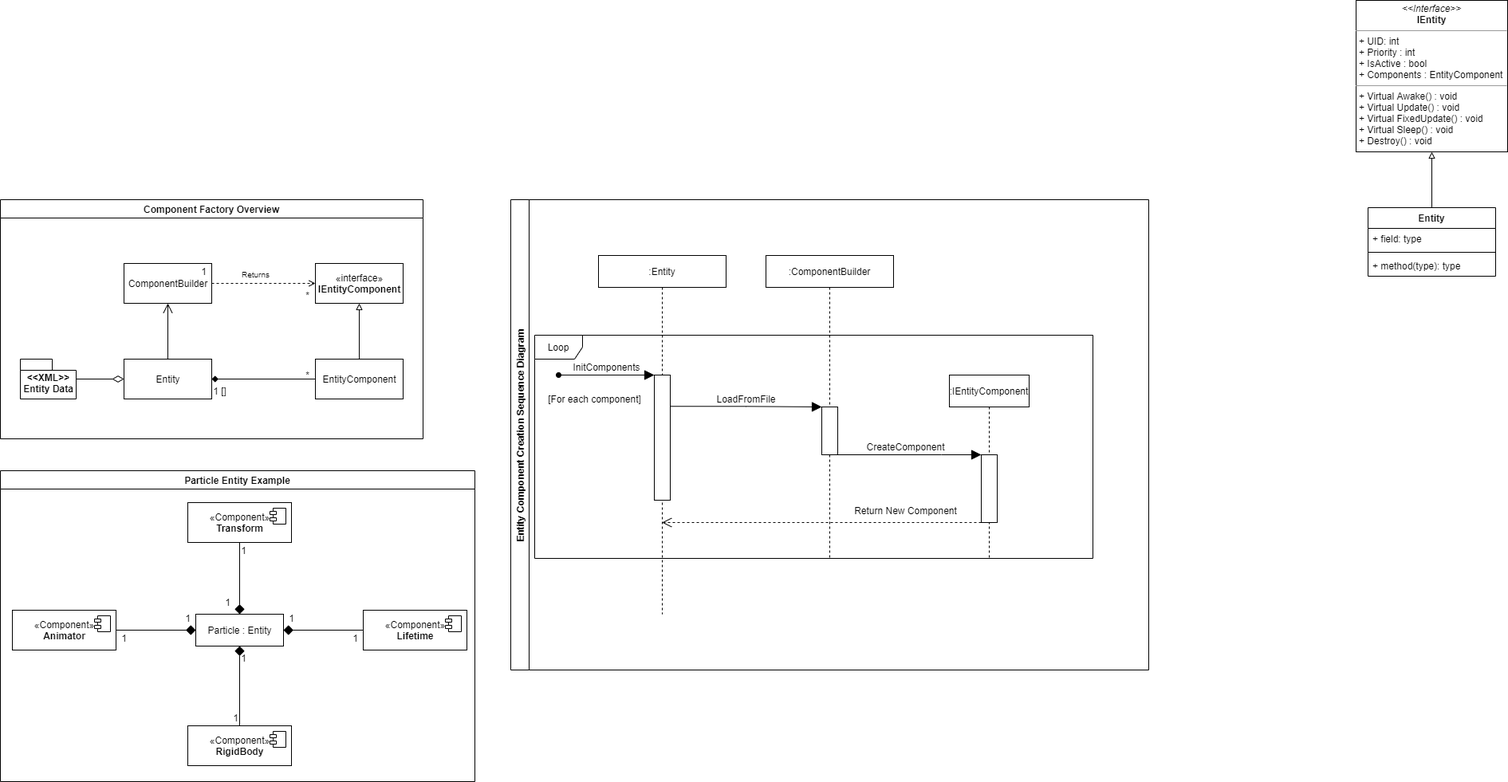
Earlier version of the draw.io export SFML Game Framework.drawio.png (EwanBurnett/SFML-Game-Framework). Source tidied: cells renumbered, new cells last; positions are measured from the earlier drawing's top-left corner, leaving out a move shared by most shapes.
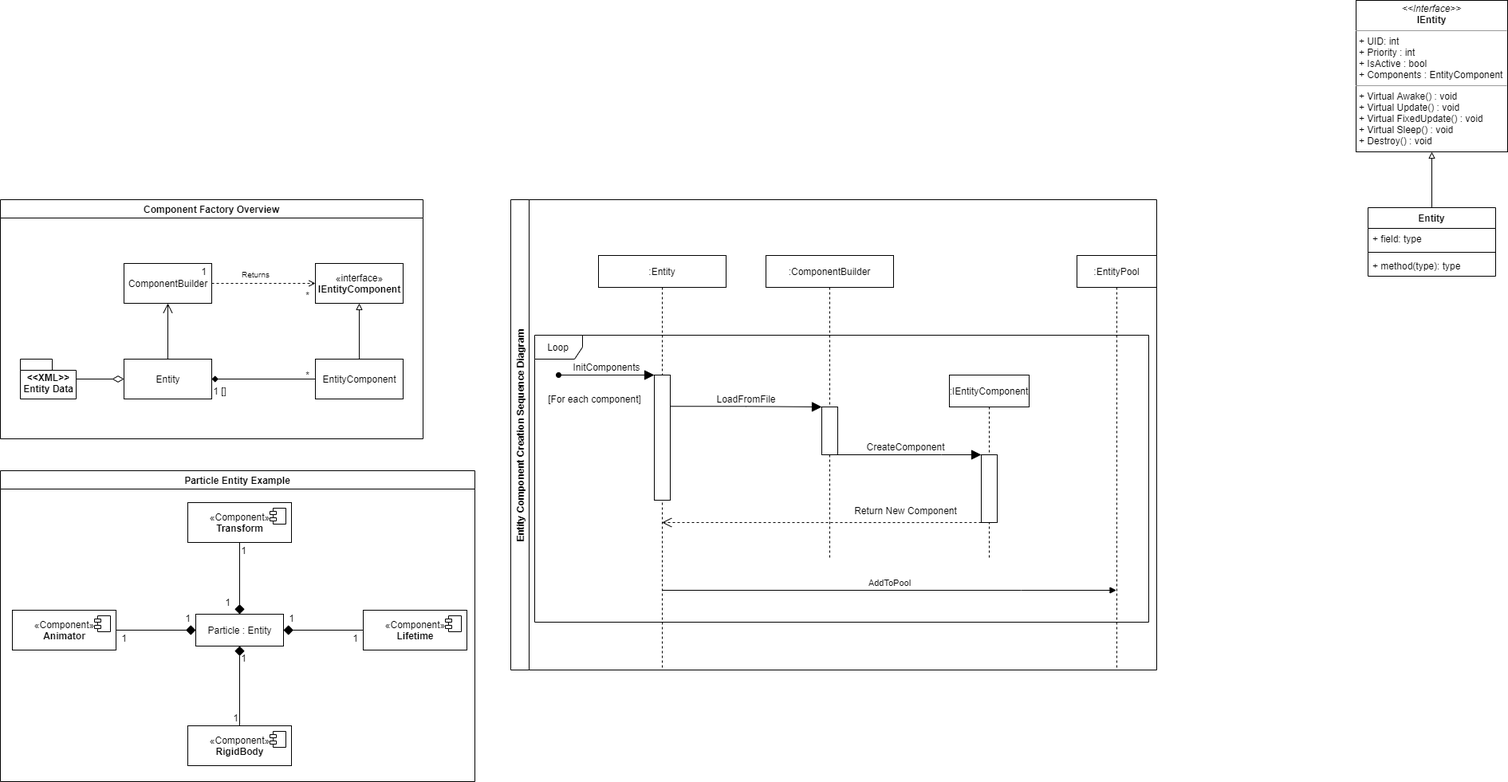
The same diagram one commit later.

What changed in the source:
```diff
@@ -125,16 +125,19 @@
       <mxGeometry x="435" y="200" width="20" height="20" as="geometry" />
     </mxCell>
     <mxCell id="40" style="group;" parent="1" vertex="1">
-      <mxGeometry x="640" y="250" width="800" height="590" as="geometry" />
+      <mxGeometry x="640" y="250" width="810" height="590" as="geometry" />
     </mxCell>
     <mxCell id="41" value="Entity Component Creation Sequence Diagram" style="swimlane;horizontal=0;" parent="40" vertex="1">
-      <mxGeometry width="800" height="590" as="geometry" />
+      <mxGeometry width="810" height="590" as="geometry" />
     </mxCell>
+    <mxCell id="64" value=":EntityPool" style="shape=umlLifeline;perimeter=lifelinePerimeter;whiteSpace=wrap;html=1;outlineConnect=0;" parent="41" vertex="1">
+      <mxGeometry x="710" y="70" width="100" height="520" as="geometry" />
+    </mxCell>
     <mxCell id="42" value="Loop" style="shape=umlFrame;whiteSpace=wrap;html=1;" parent="40" vertex="1">
-      <mxGeometry x="30" y="170" width="700" height="280" as="geometry" />
+      <mxGeometry x="30" y="170" width="770" height="360" as="geometry" />
     </mxCell>
     <mxCell id="43" value=":Entity" style="shape=umlLifeline;perimeter=lifelinePerimeter;whiteSpace=wrap;html=1;" parent="40" vertex="1">
-      <mxGeometry x="110" y="70" width="160" height="450" as="geometry" />
+      <mxGeometry x="110" y="70" width="160" height="520" as="geometry" />
     </mxCell>
     <mxCell id="44" style="rounded=0;whiteSpace=wrap;html=1;" parent="43" vertex="1">
       <mxGeometry x="70" y="150" width="20" height="157" as="geometry" />
@@ -145,6 +148,15 @@
     <mxCell id="46" value="[For each component]" style="text;html=1;align=center;verticalAlign=middle;strokeColor=none;fillColor=none;" parent="43" vertex="1">
       <mxGeometry x="-70" y="170" width="130" height="20" as="geometry" />
     </mxCell>
+    <mxCell id="65" value="AddToPool" style="html=1;verticalAlign=bottom;endArrow=block;rounded=0;edgeStyle=orthogonalEdgeStyle;" parent="43" edge="1" target="64">
+      <mxGeometry relative="1" as="geometry">
+        <mxPoint x="80" y="420" as="sourcePoint" />
+        <Array as="points">
+          <mxPoint x="530" y="420" />
+          <mxPoint x="530" y="420" />
+        </Array>
+      </mxGeometry>
+    </mxCell>
     <mxCell id="47" value=":ComponentBuilder" style="shape=umlLifeline;perimeter=lifelinePerimeter;whiteSpace=wrap;html=1;" parent="40" vertex="1">
       <mxGeometry x="320" y="70" width="160" height="380" as="geometry" />
     </mxCell>
```
